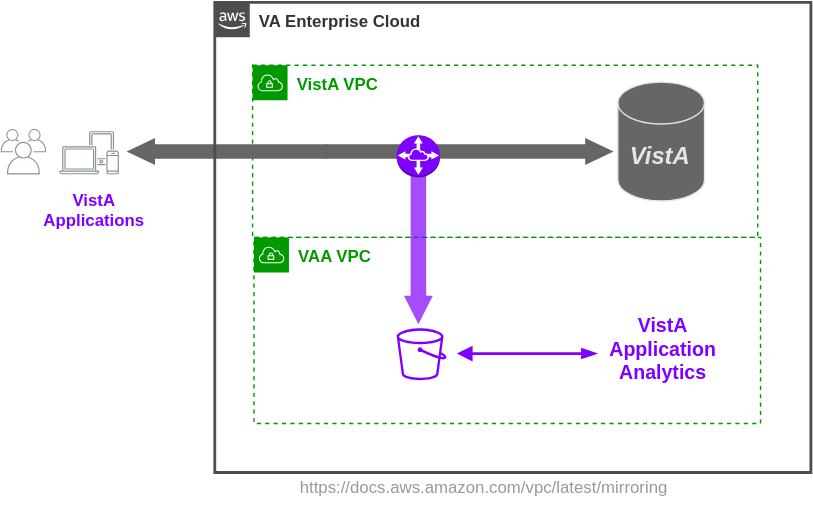
Before: vam.svg, a diagram exported from draw.io (cloudvista/vaa). Source tidied: cells renumbered, new cells last; positions are measured from the earlier drawing's top-left corner, leaving out a move shared by most shapes.
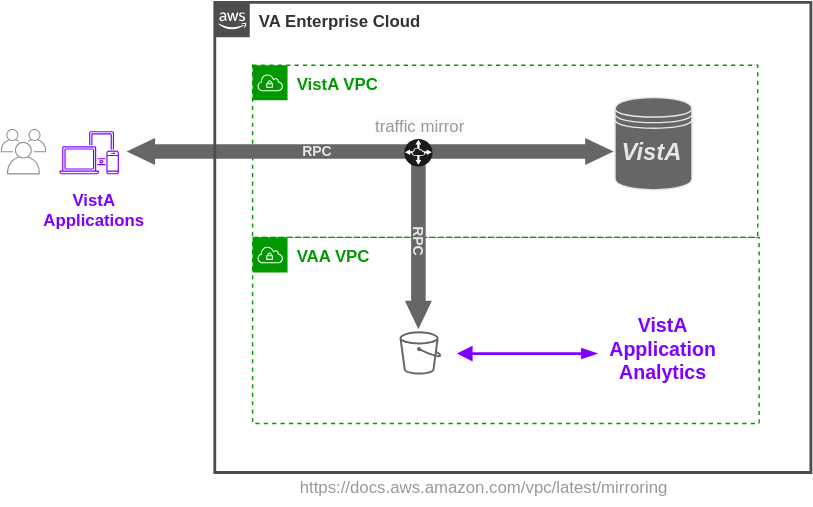
The same diagram one commit later.

Change to the diagram source:
```diff
@@ -2,6 +2,9 @@
   <root>
     <mxCell id="0" />
     <mxCell id="1" parent="0" />
+    <mxCell id="10" value="&lt;b&gt;&lt;font color=&quot;#009900&quot;&gt;VAA VPC&lt;/font&gt;&lt;/b&gt;" style="gradientColor=none;html=1;whiteSpace=wrap;fontSize=12;fontStyle=0;shape=mxgraph.aws4.group;grIcon=mxgraph.aws4.group_vpc;strokeColor=#009900;fillColor=none;verticalAlign=top;align=left;spacingLeft=30;fontColor=#4D4D4D;dashed=1;strokeWidth=1;" parent="1" vertex="1">
+      <mxGeometry x="180" y="168" width="362" height="133" as="geometry" />
+    </mxCell>
     <mxCell id="2" value="&lt;b style=&quot;&quot;&gt;&lt;font color=&quot;#009900&quot;&gt;VistA VPC&lt;/font&gt;&lt;/b&gt;" style="gradientColor=none;html=1;whiteSpace=wrap;fontSize=12;fontStyle=0;shape=mxgraph.aws4.group;grIcon=mxgraph.aws4.group_vpc;strokeColor=#009900;fillColor=none;verticalAlign=top;align=left;spacingLeft=30;fontColor=#AAB7B8;dashed=1;strokeWidth=1;" parent="1" vertex="1">
       <mxGeometry x="180" y="45" width="361" height="123" as="geometry" />
     </mxCell>
@@ -23,35 +26,41 @@
     <mxCell id="8" style="sketch=0;gradientColor=none;fontColor=#545B64;strokeColor=none;fillColor=#879196;dashed=0;verticalLabelPosition=bottom;verticalAlign=top;align=center;html=1;fontSize=12;fontStyle=0;shape=mxgraph.aws4.illustration_users;" parent="1" vertex="1">
       <mxGeometry y="90.5" width="32.5" height="32.5" as="geometry" />
     </mxCell>
-    <mxCell id="9" style="sketch=0;gradientColor=none;fontColor=#545B64;strokeColor=none;fillColor=#879196;dashed=0;verticalLabelPosition=bottom;verticalAlign=top;align=center;html=1;fontSize=12;fontStyle=0;shape=mxgraph.aws4.illustration_devices;" parent="1" vertex="1">
+    <mxCell id="9" style="sketch=0;gradientColor=none;fontColor=#545B64;strokeColor=none;fillColor=#7F00FF;dashed=0;verticalLabelPosition=bottom;verticalAlign=top;align=center;html=1;fontSize=12;fontStyle=0;shape=mxgraph.aws4.illustration_devices;" parent="1" vertex="1">
       <mxGeometry x="42" y="92" width="42.5" height="31" as="geometry" />
     </mxCell>
-    <mxCell id="10" value="&lt;b&gt;&lt;font color=&quot;#009900&quot;&gt;VAA VPC&lt;/font&gt;&lt;/b&gt;" style="gradientColor=none;html=1;whiteSpace=wrap;fontSize=12;fontStyle=0;shape=mxgraph.aws4.group;grIcon=mxgraph.aws4.group_vpc;strokeColor=#009900;fillColor=none;verticalAlign=top;align=left;spacingLeft=30;fontColor=#4D4D4D;dashed=1;strokeWidth=1;" parent="1" vertex="1">
-      <mxGeometry x="181" y="168" width="362" height="133" as="geometry" />
-    </mxCell>
+    <mxCell id="18" value="&lt;span style=&quot;color: rgb(153, 153, 153); font-family: Helvetica; font-size: 12px; font-style: normal; font-variant-ligatures: normal; font-variant-caps: normal; font-weight: 400; letter-spacing: normal; orphans: 2; text-align: center; text-indent: 0px; text-transform: none; widows: 2; word-spacing: 0px; -webkit-text-stroke-width: 0px; background-color: rgb(251, 251, 251); text-decoration-thickness: initial; text-decoration-style: initial; text-decoration-color: initial; float: none; display: inline !important;&quot;&gt;traffic mirror&lt;/span&gt;" style="text;whiteSpace=wrap;html=1;fontColor=#009900;" parent="1" vertex="1">
+      <mxGeometry x="265.8" y="75" width="71.5" height="24" as="geometry" />
+    </mxCell>
+    <mxCell id="19" value="&lt;b&gt;&lt;font style=&quot;font-size: 10px;&quot; color=&quot;#e6e6e6&quot;&gt;RPC&lt;/font&gt;&lt;/b&gt;" style="text;html=1;align=center;verticalAlign=middle;strokeColor=none;fillColor=none;fontSize=12;fontColor=#009900;" parent="1" vertex="1">
+      <mxGeometry x="206" y="93.5" width="39" height="26" as="geometry" />
+    </mxCell>
+    <mxCell id="20" style="html=1;shadow=0;dashed=0;align=center;verticalAlign=middle;shape=mxgraph.arrows2.arrow;dy=0.46;dx=20.3;direction=east;notch=0;strokeColor=none;strokeWidth=1;fontSize=12;fontColor=#808080;fillColor=#666666;flipV=1;rotation=90;" parent="1" vertex="1">
+      <mxGeometry x="237.2" y="162.8" width="122.5" height="19.3" as="geometry" />
+    </mxCell>
+    <mxCell id="17" style="dashed=0;verticalLabelPosition=bottom;verticalAlign=top;align=center;html=1;shape=mxgraph.aws3.vpc_peering;fillColor=#1A1A1A;gradientColor=none;strokeColor=#666666;strokeWidth=1;" parent="1" vertex="1">
+      <mxGeometry x="288.5" y="97.8" width="20" height="19.5" as="geometry" />
+    </mxCell>
+    <mxCell id="21" value="&lt;b&gt;&lt;font style=&quot;font-size: 10px;&quot; color=&quot;#e6e6e6&quot;&gt;RPC&lt;/font&gt;&lt;/b&gt;" style="text;html=1;align=center;verticalAlign=middle;strokeColor=none;fillColor=none;fontSize=12;fontColor=#009900;rotation=90;" parent="1" vertex="1">
+      <mxGeometry x="280" y="157" width="39" height="26" as="geometry" />
+    </mxCell>
+    <mxCell id="22" style="shape=datastore;whiteSpace=wrap;html=1;fontSize=10;fontColor=#7F00FF;fillColor=#666666;strokeColor=#E6E6E6;" parent="1" vertex="1">
+      <mxGeometry x="439" y="68" width="55" height="66" as="geometry" />
+    </mxCell>
-    <mxCell id="11" value="&lt;b&gt;&lt;font color=&quot;#7f00ff&quot; style=&quot;font-size: 14px;&quot;&gt;VistA&lt;br&gt;Application&lt;br&gt;Analytics&lt;/font&gt;&lt;/b&gt;" style="text;html=1;align=center;verticalAlign=middle;strokeColor=none;fillColor=none;" parent="10" vertex="1">
-      <mxGeometry x="245" y="49" width="94" height="62" as="geometry" />
+    <mxCell id="11" value="&lt;b&gt;&lt;font color=&quot;#7f00ff&quot; style=&quot;font-size: 14px;&quot;&gt;VistA&lt;br&gt;Application&lt;br&gt;Analytics&lt;/font&gt;&lt;/b&gt;" style="text;html=1;align=center;verticalAlign=middle;strokeColor=none;fillColor=none;" parent="1" vertex="1">
+      <mxGeometry x="426" y="217" width="94" height="62" as="geometry" />
     </mxCell>
-    <mxCell id="12" style="html=1;shadow=0;dashed=0;align=center;verticalAlign=middle;shape=mxgraph.arrows2.arrow;dy=0.46;dx=20.3;direction=north;notch=0;strokeColor=none;strokeWidth=1;fontSize=12;fontColor=#808080;fillColor=#7F00FF;flipV=1;flipH=1;fillOpacity=70;" parent="10" vertex="1">
-      <mxGeometry x="107.2" y="-58" width="20.6" height="120" as="geometry" />
-    </mxCell>
-    <mxCell id="13" style="shape=cylinder3;whiteSpace=wrap;html=1;boundedLbl=1;backgroundOutline=1;size=15;fontSize=14;fillColor=#666666;strokeColor=#E6E6E6;" parent="10" vertex="1">
-      <mxGeometry x="260" y="-111" width="62" height="85" as="geometry" />
-    </mxCell>
-    <mxCell id="14" value="&lt;i style=&quot;&quot;&gt;&lt;font style=&quot;font-size: 17px;&quot;&gt;VistA&lt;/font&gt;&lt;/i&gt;" style="text;html=1;strokeColor=none;fillColor=none;align=center;verticalAlign=middle;whiteSpace=wrap;rounded=0;labelBackgroundColor=none;labelBorderColor=none;fontStyle=1;fontSize=35;fontColor=#E6E6E6;" parent="10" vertex="1">
-      <mxGeometry x="262" y="-77.9" width="57" height="25" as="geometry" />
-    </mxCell>
-    <mxCell id="15" style="sketch=0;fontColor=#232F3E;gradientColor=none;fillColor=#7F00FF;strokeColor=#7F00FF;dashed=0;verticalLabelPosition=bottom;verticalAlign=top;align=center;html=1;fontSize=12;fontStyle=0;shape=mxgraph.aws4.bucket;" parent="10" vertex="1">
-      <mxGeometry x="102" y="65" width="35.6" height="37" as="geometry" />
+    <mxCell id="15" style="sketch=0;fontColor=#232F3E;gradientColor=none;fillColor=#666666;strokeColor=#7F00FF;dashed=0;verticalLabelPosition=bottom;verticalAlign=top;align=center;html=1;fontSize=12;fontStyle=0;shape=mxgraph.aws4.bucket;" parent="1" vertex="1">
+      <mxGeometry x="285" y="235" width="29.8" height="31" as="geometry" />
     </mxCell>
-    <mxCell id="16" style="edgeStyle=none;html=1;strokeWidth=2;fontSize=17;fontColor=#7F00FF;startArrow=blockThin;startFill=1;endArrow=block;endFill=1;strokeColor=#7F00FF;" parent="10" edge="1">
+    <mxCell id="16" style="edgeStyle=none;html=1;strokeWidth=2;fontSize=17;fontColor=#7F00FF;startArrow=blockThin;startFill=1;endArrow=block;endFill=1;strokeColor=#7F00FF;" parent="1" edge="1">
       <mxGeometry relative="1" as="geometry">
-        <mxPoint x="245" y="83" as="sourcePoint" />
-        <mxPoint x="145" y="83" as="targetPoint" />
+        <mxPoint x="426" y="251" as="sourcePoint" />
+        <mxPoint x="326" y="251" as="targetPoint" />
       </mxGeometry>
     </mxCell>
-    <mxCell id="17" style="dashed=0;verticalLabelPosition=bottom;verticalAlign=top;align=center;html=1;shape=mxgraph.aws3.vpc_peering;fillColor=#7F00FF;gradientColor=none;strokeColor=#666666;strokeWidth=1;" parent="1" vertex="1">
-      <mxGeometry x="283" y="95" width="31" height="30" as="geometry" />
-    </mxCell>
+    <mxCell id="14" value="&lt;i style=&quot;&quot;&gt;&lt;font style=&quot;font-size: 17px;&quot;&gt;VistA&lt;/font&gt;&lt;/i&gt;" style="text;html=1;strokeColor=none;fillColor=none;align=center;verticalAlign=middle;whiteSpace=wrap;rounded=0;labelBackgroundColor=none;labelBorderColor=none;fontStyle=1;fontSize=35;fontColor=#E6E6E6;" parent="1" vertex="1">
+      <mxGeometry x="436.5" y="84" width="57" height="31" as="geometry" />
+    </mxCell>
   </root>
 </mxGraphModel>
```
